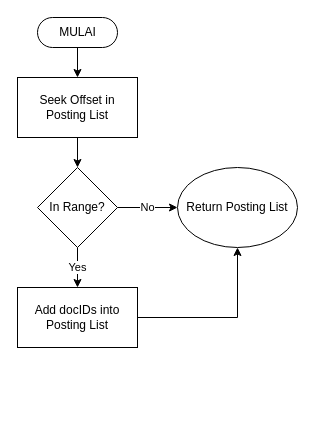
Before: Load Posting List.drawio in eliteraihan/boolean-retrieval-engine, a draw.io diagram. Source tidied: cells renumbered, new cells numbered last; positions are measured from the earlier drawing's top-left corner, leaving out a move shared by most shapes. Both pictures are drawn from the tidied source at 100%, with x=0, y=0 at pixel (17, 17).
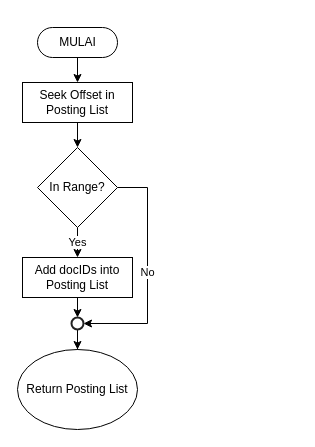
The same page after the edit.

What changed in the source:
```diff
@@
 <mxGraphModel>
   <root>
     <mxCell id="0" />
     <mxCell id="1" parent="0" />
     <mxCell id="2" style="edgeStyle=orthogonalEdgeStyle;rounded=0;jettySize=auto;html=1;" parent="1" edge="1" source="3" target="5">
       <mxGeometry relative="1" as="geometry" />
     </mxCell>
     <mxCell id="3" value="MULAI" style="html=1;dashed=0;whitespace=wrap;shape=mxgraph.dfd.start;" parent="1" vertex="1">
-      <mxGeometry x="20" width="80" height="30" as="geometry" />
+      <mxGeometry x="20" y="10" width="80" height="30" as="geometry" />
     </mxCell>
     <mxCell id="4" style="edgeStyle=orthogonalEdgeStyle;rounded=0;jettySize=auto;html=1;" parent="1" edge="1" source="5" target="8">
       <mxGeometry relative="1" as="geometry" />
     </mxCell>
     <mxCell id="5" value="Seek Offset in Posting List" style="rounded=0;whiteSpace=wrap;html=1;" parent="1" vertex="1">
-      <mxGeometry y="60" width="120" height="60" as="geometry" />
+      <mxGeometry x="5" y="65" width="110" height="40" as="geometry" />
     </mxCell>
-    <mxCell id="6" value="No" style="edgeStyle=orthogonalEdgeStyle;rounded=0;jettySize=auto;html=1;" parent="1" edge="1" source="8" target="11">
-      <mxGeometry relative="1" as="geometry" />
+    <mxCell id="6" value="No" style="edgeStyle=orthogonalEdgeStyle;rounded=0;jettySize=auto;html=1;entryX=1;entryY=0.5;entryDx=0;entryDy=0;entryPerimeter=0;" parent="1" edge="1" source="8" target="13">
+      <mxGeometry relative="1" as="geometry">
+        <Array as="points">
+          <mxPoint x="130" y="170" />
+          <mxPoint x="130" y="306" />
+        </Array>
+      </mxGeometry>
     </mxCell>
     <mxCell id="7" value="Yes" style="edgeStyle=orthogonalEdgeStyle;rounded=0;jettySize=auto;html=1;" parent="1" edge="1" source="8" target="10">
       <mxGeometry relative="1" as="geometry" />
     </mxCell>
     <mxCell id="8" value="In Range?" style="rhombus;whiteSpace=wrap;html=1;" parent="1" vertex="1">
-      <mxGeometry x="20" y="150" width="80" height="80" as="geometry" />
+      <mxGeometry x="20" y="130" width="80" height="80" as="geometry" />
     </mxCell>
-    <mxCell id="9" style="edgeStyle=orthogonalEdgeStyle;rounded=0;jettySize=auto;html=1;entryX=0.5;entryY=1;entryDx=0;entryDy=0;" parent="1" edge="1" source="10" target="11">
+    <mxCell id="9" style="edgeStyle=orthogonalEdgeStyle;rounded=0;jettySize=auto;html=1;entryX=0.5;entryY=0;entryDx=0;entryDy=0;exitX=0.5;exitY=1;exitDx=0;exitDy=0;entryPerimeter=0;" parent="1" edge="1" source="10" target="13">
       <mxGeometry relative="1" as="geometry" />
     </mxCell>
     <mxCell id="10" value="Add docIDs into Posting List" style="rounded=0;whiteSpace=wrap;html=1;" parent="1" vertex="1">
-      <mxGeometry y="270" width="120" height="60" as="geometry" />
+      <mxGeometry x="5" y="240" width="110" height="40" as="geometry" />
     </mxCell>
     <mxCell id="11" value="Return Posting List" style="ellipse;whiteSpace=wrap;html=1;" parent="1" vertex="1">
-      <mxGeometry x="160" y="150" width="120" height="80" as="geometry" />
+      <mxGeometry y="332" width="120" height="80" as="geometry" />
     </mxCell>
+    <mxCell id="12" style="edgeStyle=orthogonalEdgeStyle;rounded=0;jettySize=auto;html=1;" parent="1" edge="1" source="13" target="11">
+      <mxGeometry relative="1" as="geometry" />
+    </mxCell>
+    <mxCell id="13" style="html=1;verticalLabelPosition=bottom;labelBackgroundColor=#ffffff;verticalAlign=top;shadow=0;dashed=0;strokeWidth=2;shape=mxgraph.ios7.misc.circle;strokeColor=#222222;fillColor=none;" parent="1" vertex="1">
+      <mxGeometry x="54" y="300" width="12" height="12" as="geometry" />
+    </mxCell>
   </root>
 </mxGraphModel>
```
